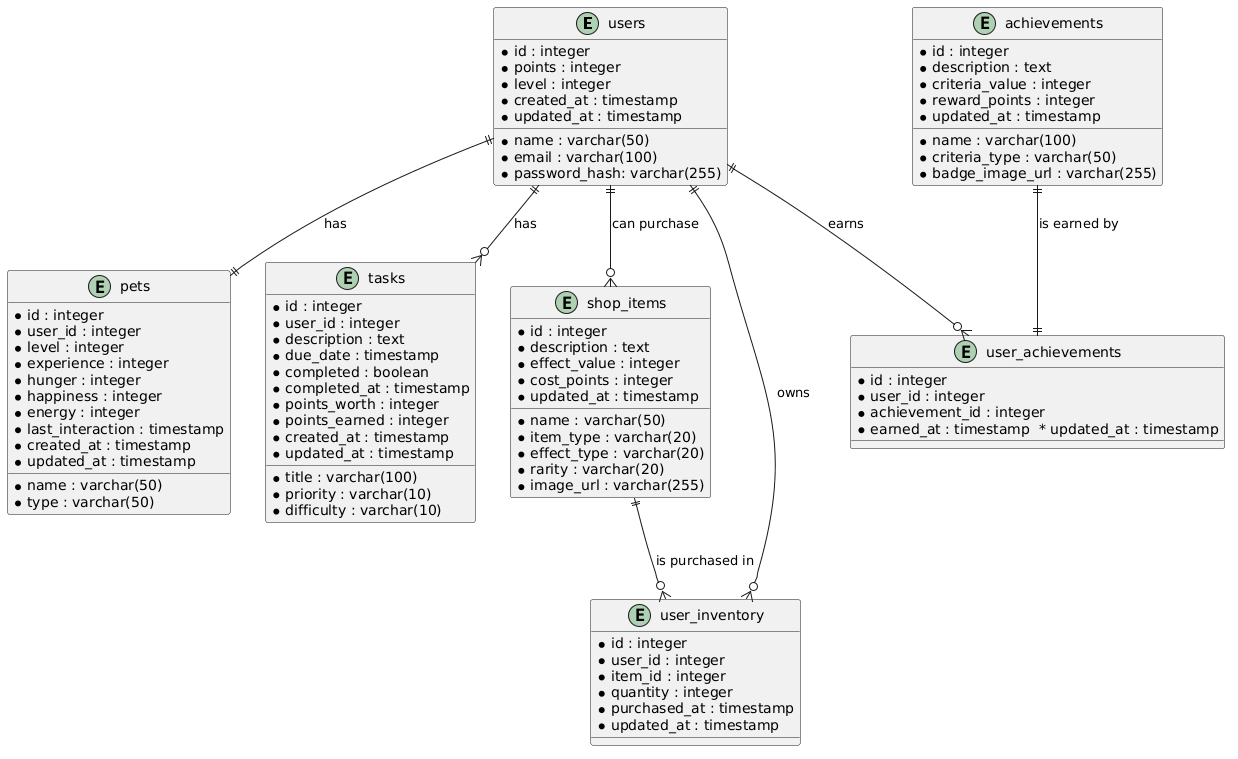
This is docs/er-diagram.png from abhishekpatel008/MotivateMate, a PlantUML export, as it was before one commit.
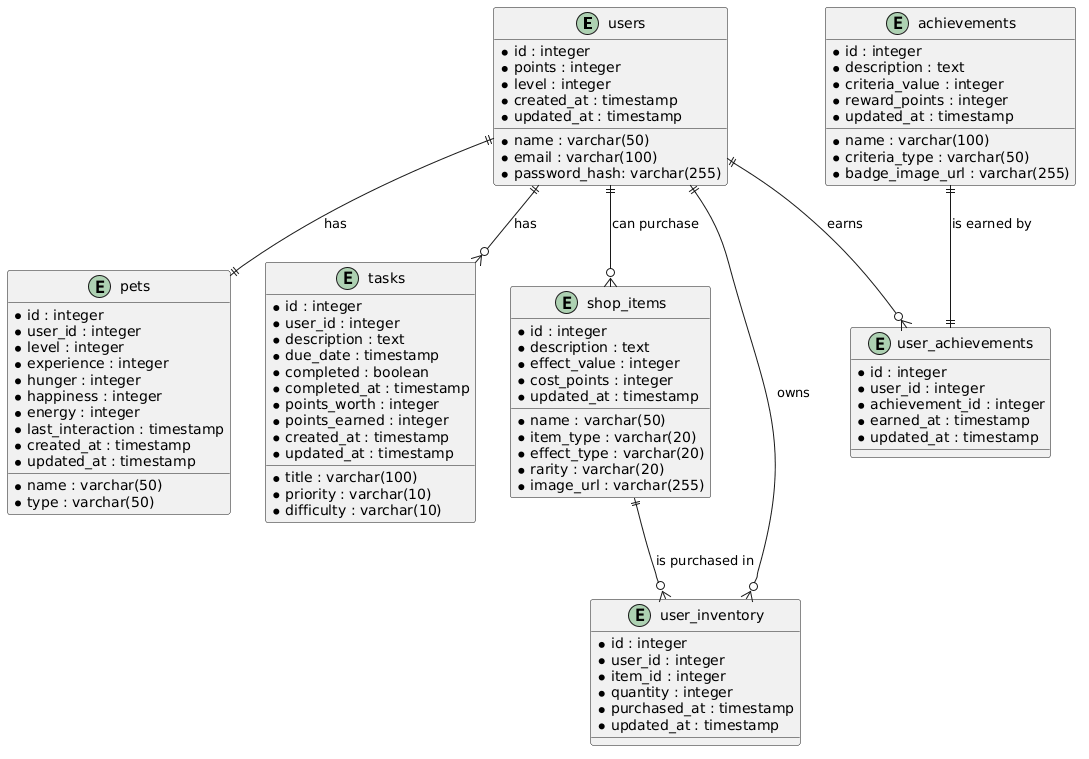
The same diagram one commit later.

Commit message:
Added ER diagram for Database

The edit, as a diff of the source:
```diff
@@ -78,7 +78,8 @@
   * id : integer
   * user_id : integer
   * achievement_id : integer
-  * earned_at : timestamp  * updated_at : timestamp
+  * earned_at : timestamp
+  * updated_at : timestamp
 }
 
 users ||--||pets : has
```
